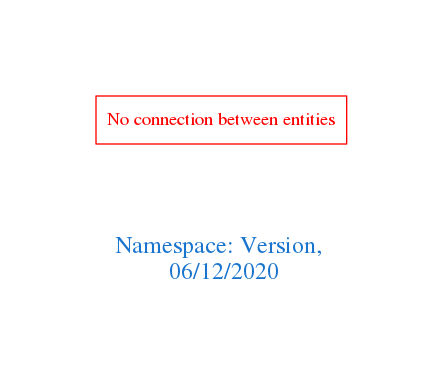
The Graphviz diagram downloads/Version.png in arago/OGIT, before a commit. Its source is kept beside it as downloads/Version.dot.
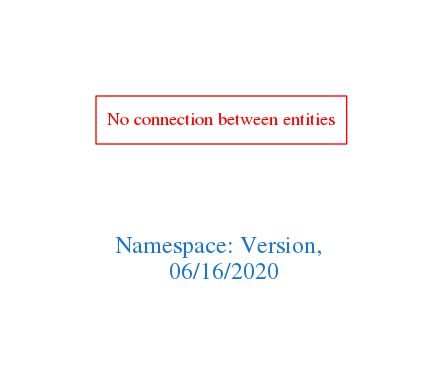
Later version of the same file.

What changed in the source:
```diff
@@ -1,7 +1,7 @@
 digraph OGIT_ontology {
  graph [ rankdir= LR,pad=1
 fontsize = 18,
-fontcolor= dodgerblue3,label = "\n\n\nNamespace: Version, \n 06/12/2020"];
+fontcolor= dodgerblue3,label = "\n\n\nNamespace: Version, \n 06/16/2020"];
 node[shape=polygon];
 edge [  color="gray81"];
 
```
